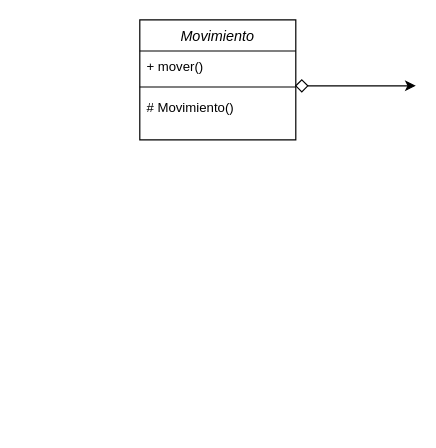
Above: Diagrama sin título.drawio in xksis/Tarea1 (draw.io), before the change. Source tidied: cells renumbered, new cells numbered last; positions are measured from the earlier drawing's top-left corner, leaving out a move shared by most shapes. Both pictures are drawn from the tidied source at 120%, with x=0, y=0 at pixel (139, 19).
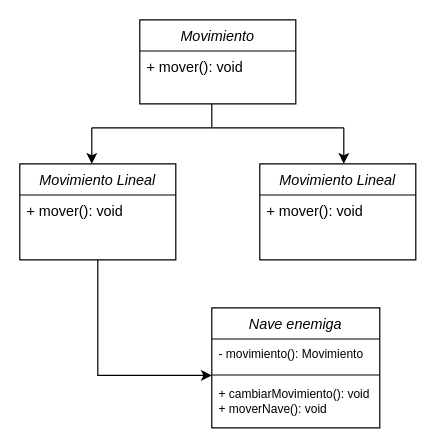
Above is the later version.

Change to the diagram source:
```diff
@@
     <mxCell id="2" value="Movimiento" style="swimlane;fontStyle=2;align=center;verticalAlign=top;horizontal=1;startSize=26;rounded=0;shadow=0;strokeWidth=1;" parent="1" vertex="1">
-      <mxGeometry width="130" height="100" as="geometry" />
+      <mxGeometry width="130" height="70" as="geometry" />
     </mxCell>
-    <mxCell id="3" value="+ mover()" style="text;align=left;verticalAlign=top;spacingLeft=4;spacingRight=4;overflow=hidden;fontSize=11;" parent="2" vertex="1">
+    <mxCell id="3" value="+ mover(): void&#10;&#10;" style="text;align=left;verticalAlign=top;spacingLeft=4;spacingRight=4;overflow=hidden;fontSize=12;" parent="2" vertex="1">
       <mxGeometry y="26" width="130" height="26" as="geometry" />
     </mxCell>
-    <mxCell id="4" style="line;html=1;strokeWidth=1;align=left;verticalAlign=middle;spacingTop=-1;spacingLeft=3;spacingRight=3;labelPosition=right;" parent="2" vertex="1">
-      <mxGeometry y="52" width="130" height="8" as="geometry" />
-    </mxCell>
-    <mxCell id="5" value="# Movimiento()&#10;" style="text;align=left;verticalAlign=top;spacingLeft=4;spacingRight=4;overflow=hidden;fontSize=11;" parent="2" vertex="1">
-      <mxGeometry y="60" width="130" height="26" as="geometry" />
-    </mxCell>
-    <mxCell id="6" style="rhombus;html=1;labelBackgroundColor=#ffffff;" parent="1" vertex="1">
-      <mxGeometry x="130" y="50" width="10" height="10" as="geometry" />
-    </mxCell>
-    <mxCell id="7" style="endArrow=classic;html=1;rounded=0;exitX=1;exitY=0.5;exitDx=0;exitDy=0;" parent="1" edge="1" source="6">
-      <mxGeometry relative="1" as="geometry">
-        <mxPoint x="230" y="55" as="targetPoint" />
-      </mxGeometry>
-    </mxCell>
+    <mxCell id="8" style="edgeStyle=orthogonalEdgeStyle;rounded=0;jettySize=auto;html=1;exitX=0.5;exitY=1;exitDx=0;exitDy=0;entryX=0;entryY=-0.141;entryDx=0;entryDy=0;entryPerimeter=0;" parent="1" edge="1" source="9" target="21">
+      <mxGeometry relative="1" as="geometry" />
+    </mxCell>
+    <mxCell id="9" value="Movimiento Lineal&#10;" style="swimlane;fontStyle=2;align=center;verticalAlign=top;horizontal=1;startSize=26;rounded=0;shadow=0;strokeWidth=1;" parent="1" vertex="1">
+      <mxGeometry x="-100" y="120" width="130" height="80" as="geometry" />
+    </mxCell>
+    <mxCell id="10" value="+ mover(): void&#10;" style="text;align=left;verticalAlign=top;spacingLeft=4;spacingRight=4;overflow=hidden;fontSize=12;" parent="9" vertex="1">
+      <mxGeometry y="26" width="130" height="26" as="geometry" />
+    </mxCell>
+    <mxCell id="11" value="Movimiento Lineal&#10;" style="swimlane;fontStyle=2;align=center;verticalAlign=top;horizontal=1;startSize=26;rounded=0;shadow=0;strokeWidth=1;" parent="1" vertex="1">
+      <mxGeometry x="100" y="120" width="130" height="80" as="geometry" />
+    </mxCell>
+    <mxCell id="12" value="+ mover(): void&#10;" style="text;align=left;verticalAlign=top;spacingLeft=4;spacingRight=4;overflow=hidden;fontSize=12;" parent="11" vertex="1">
+      <mxGeometry y="26" width="130" height="26" as="geometry" />
+    </mxCell>
+    <mxCell id="13" style="endArrow=classic;html=1;rounded=0;entryX=0.771;entryY=0.001;entryDx=0;entryDy=0;entryPerimeter=0;" parent="1" edge="1">
+      <mxGeometry relative="1" as="geometry">
+        <mxPoint x="170" y="90" as="sourcePoint" />
+        <mxPoint x="170" y="120" as="targetPoint" />
+      </mxGeometry>
+    </mxCell>
+    <mxCell id="14" style="endArrow=none;html=1;rounded=0;" parent="1" edge="1">
+      <mxGeometry relative="1" as="geometry">
+        <mxPoint x="60" y="90" as="sourcePoint" />
+        <mxPoint x="170" y="90" as="targetPoint" />
+      </mxGeometry>
+    </mxCell>
+    <mxCell id="15" style="endArrow=none;html=1;rounded=0;" parent="1" edge="1">
+      <mxGeometry relative="1" as="geometry">
+        <mxPoint x="-40" y="90" as="sourcePoint" />
+        <mxPoint x="60" y="90" as="targetPoint" />
+      </mxGeometry>
+    </mxCell>
+    <mxCell id="16" style="endArrow=classic;html=1;rounded=0;" parent="1" edge="1">
+      <mxGeometry relative="1" as="geometry">
+        <mxPoint x="-40" y="90" as="sourcePoint" />
+        <mxPoint x="-40" y="120" as="targetPoint" />
+        <Array as="points">
+          <mxPoint x="-40" y="110" />
+        </Array>
+      </mxGeometry>
+    </mxCell>
+    <mxCell id="17" style="endArrow=none;html=1;rounded=0;" parent="1" edge="1">
+      <mxGeometry relative="1" as="geometry">
+        <mxPoint x="60" y="90" as="sourcePoint" />
+        <mxPoint x="60" y="70" as="targetPoint" />
+      </mxGeometry>
+    </mxCell>
+    <mxCell id="18" value="Nave enemiga&#10;" style="swimlane;fontStyle=2;align=center;verticalAlign=top;horizontal=1;startSize=26;rounded=0;shadow=0;strokeWidth=1;" parent="1" vertex="1">
+      <mxGeometry x="60" y="240" width="140" height="100" as="geometry" />
+    </mxCell>
+    <mxCell id="19" value="- movimiento(): Movimiento&#10;" style="text;align=left;verticalAlign=top;spacingLeft=4;spacingRight=4;overflow=hidden;fontSize=10;" parent="18" vertex="1">
+      <mxGeometry y="26" width="140" height="26" as="geometry" />
+    </mxCell>
+    <mxCell id="20" style="line;html=1;strokeWidth=1;align=left;verticalAlign=middle;spacingTop=-1;spacingLeft=3;spacingRight=3;labelPosition=right;" parent="18" vertex="1">
+      <mxGeometry y="52" width="140" height="8" as="geometry" />
+    </mxCell>
+    <mxCell id="21" value="+ cambiarMovimiento(): void&#10;+ moverNave(): void&#10;&#10;" style="text;align=left;verticalAlign=top;spacingLeft=4;spacingRight=4;overflow=hidden;points=[[0,0.5],[1,0.5]];portConstraint=eastwest;fontSize=10;" parent="18" vertex="1">
+      <mxGeometry y="60" width="140" height="26" as="geometry" />
+    </mxCell>
```
